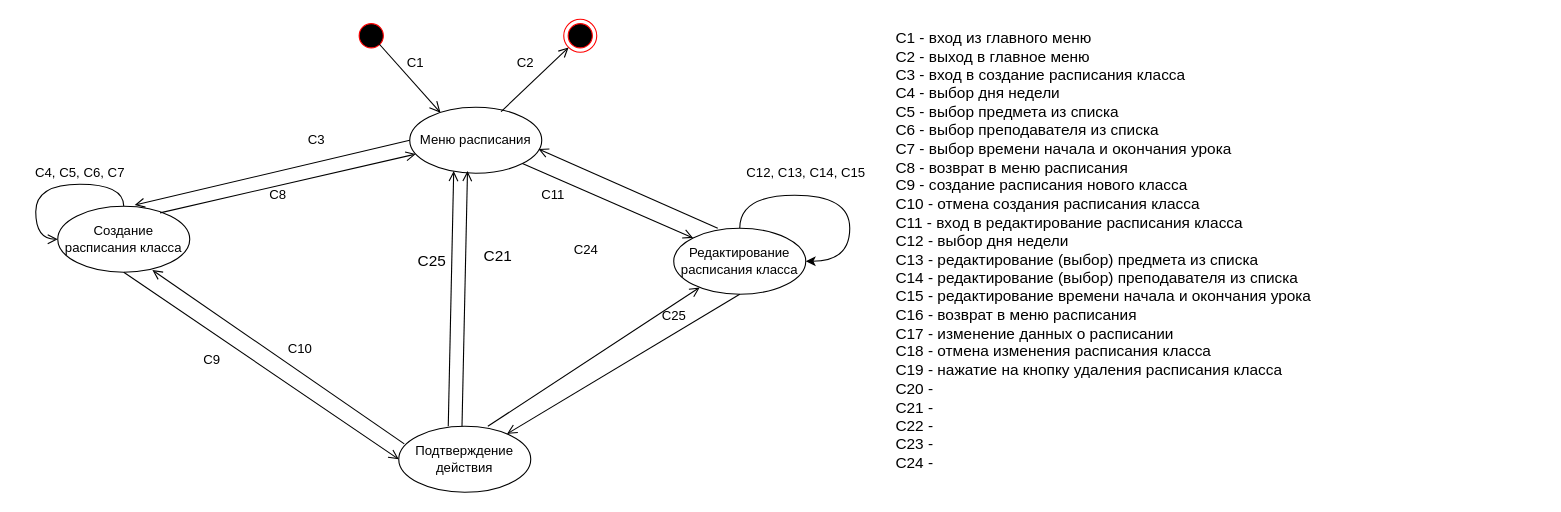
Above: граф_состояний_интерфейса.drawio in D-Black-N/TRPS (draw.io), before the change. Source tidied: cells renumbered, new cells numbered last; positions are measured from the earlier drawing's top-left corner, leaving out a move shared by most shapes. Both pictures are drawn from the tidied source at 110%, with x=0, y=0 at pixel (24, 19).
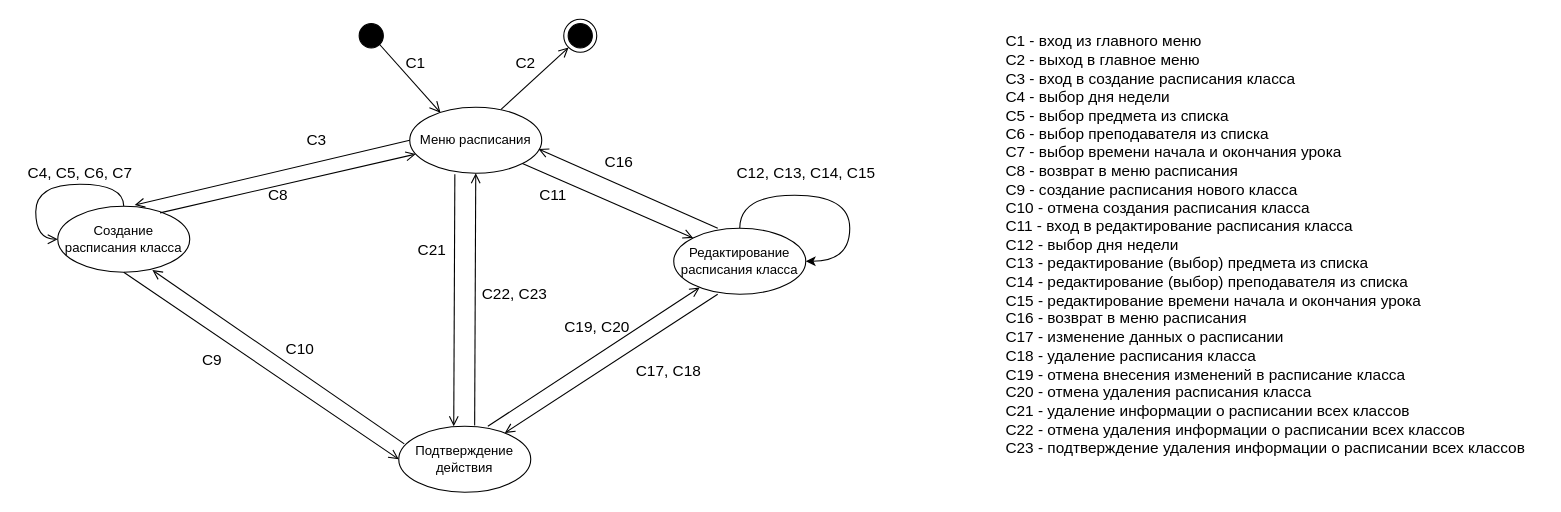
The same diagram, later.

Unchanged cells that the change refers to:
```xml
<mxCell id="5" value="Меню расписания" style="ellipse;whiteSpace=wrap;html=1;" parent="1" vertex="1">
  <mxGeometry x="350" y="80" width="120" height="60" as="geometry" />
</mxCell>
<mxCell id="12" value="Редактирование расписания класса" style="ellipse;whiteSpace=wrap;html=1;" parent="1" vertex="1">
  <mxGeometry x="590" y="190" width="120" height="60" as="geometry" />
</mxCell>
<mxCell id="20" value="Подтверждение действия" style="ellipse;whiteSpace=wrap;html=1;" parent="1" vertex="1">
  <mxGeometry x="340" y="370" width="120" height="60" as="geometry" />
</mxCell>
```

Diff of the diagram source:
```diff
@@
-    <mxCell id="2" style="ellipse;html=1;shape=startState;fillColor=#000000;strokeColor=#ff0000;" parent="1" vertex="1">
+    <mxCell id="2" style="ellipse;html=1;shape=startState;fillColor=#000000;strokeColor=#000000;" parent="1" vertex="1">
       <mxGeometry x="300" width="30" height="30" as="geometry" />
     </mxCell>
@@
-    <mxCell id="4" style="ellipse;html=1;shape=endState;fillColor=#000000;strokeColor=#ff0000;" parent="1" vertex="1">
+    <mxCell id="4" style="ellipse;html=1;shape=endState;fillColor=#000000;strokeColor=#000000;" parent="1" vertex="1">
       <mxGeometry x="490" width="30" height="30" as="geometry" />
     </mxCell>
@@
-    <mxCell id="6" style="endArrow=open;html=1;rounded=0;endFill=0;endSize=7;entryX=0;entryY=1;entryDx=0;entryDy=0;exitX=0.692;exitY=0.067;exitDx=0;exitDy=0;exitPerimeter=0;" parent="1" edge="1" source="5" target="4">
+    <mxCell id="6" style="endArrow=open;html=1;rounded=0;endFill=0;endSize=7;entryX=0;entryY=1;entryDx=0;entryDy=0;exitX=0.692;exitY=0.033;exitDx=0;exitDy=0;exitPerimeter=0;" parent="1" edge="1" source="5" target="4">
       <mxGeometry relative="1" as="geometry" />
     </mxCell>
-    <mxCell id="7" value="С1" style="text;html=1;align=center;verticalAlign=middle;strokeColor=none;fillColor=none;" parent="1" vertex="1">
+    <mxCell id="7" value="С1" style="text;html=1;align=center;verticalAlign=middle;strokeColor=none;fillColor=none;fontSize=14;" parent="1" vertex="1">
       <mxGeometry x="340" y="30" width="30" height="20" as="geometry" />
     </mxCell>
-    <mxCell id="8" value="С2" style="text;html=1;align=center;verticalAlign=middle;strokeColor=none;fillColor=none;" parent="1" vertex="1">
+    <mxCell id="8" value="С2" style="text;html=1;align=center;verticalAlign=middle;strokeColor=none;fillColor=none;fontSize=14;" parent="1" vertex="1">
       <mxGeometry x="440" y="30" width="30" height="20" as="geometry" />
     </mxCell>
@@
-    <mxCell id="14" value="С3" style="text;html=1;align=center;verticalAlign=middle;strokeColor=none;fillColor=none;" parent="1" vertex="1">
+    <mxCell id="14" value="С3" style="text;html=1;align=center;verticalAlign=middle;strokeColor=none;fillColor=none;fontSize=14;" parent="1" vertex="1">
       <mxGeometry x="250" y="100" width="30" height="20" as="geometry" />
     </mxCell>
-    <mxCell id="15" value="C4, C5, C6, C7" style="text;html=1;align=center;verticalAlign=middle;strokeColor=none;fillColor=none;" parent="1" vertex="1">
-      <mxGeometry y="130" width="100" height="20" as="geometry" />
+    <mxCell id="15" value="C4, C5, C6, C7" style="text;html=1;align=center;verticalAlign=middle;strokeColor=none;fillColor=none;fontSize=14;" parent="1" vertex="1">
+      <mxGeometry x="-5" y="130" width="110" height="20" as="geometry" />
     </mxCell>
@@
-    <mxCell id="17" value="C8" style="text;html=1;align=center;verticalAlign=middle;strokeColor=none;fillColor=none;" parent="1" vertex="1">
+    <mxCell id="17" value="C8" style="text;html=1;align=center;verticalAlign=middle;strokeColor=none;fillColor=none;fontSize=14;" parent="1" vertex="1">
       <mxGeometry x="215" y="150" width="30" height="20" as="geometry" />
     </mxCell>
@@
-    <mxCell id="23" value="C9" style="text;html=1;align=center;verticalAlign=middle;strokeColor=none;fillColor=none;" parent="1" vertex="1">
+    <mxCell id="23" value="C9" style="text;html=1;align=center;verticalAlign=middle;strokeColor=none;fillColor=none;fontSize=14;" parent="1" vertex="1">
       <mxGeometry x="155" y="300" width="30" height="20" as="geometry" />
     </mxCell>
-    <mxCell id="24" value="С10" style="text;html=1;align=center;verticalAlign=middle;strokeColor=none;fillColor=none;" parent="1" vertex="1">
+    <mxCell id="24" value="С10" style="text;html=1;align=center;verticalAlign=middle;strokeColor=none;fillColor=none;fontSize=14;" parent="1" vertex="1">
       <mxGeometry x="230" y="290" width="40" height="20" as="geometry" />
     </mxCell>
@@
-    <mxCell id="26" style="endArrow=open;html=1;rounded=0;endSize=7;endFill=0;exitX=0.5;exitY=1;exitDx=0;exitDy=0;" parent="1" edge="1" source="12" target="20">
+    <mxCell id="26" style="endArrow=open;html=1;rounded=0;endSize=7;endFill=0;exitX=0.333;exitY=1;exitDx=0;exitDy=0;exitPerimeter=0;" parent="1" edge="1" source="12" target="20">
       <mxGeometry relative="1" as="geometry" />
     </mxCell>
-    <mxCell id="27" value="C12, C13, C14, C15" style="text;html=1;align=center;verticalAlign=middle;strokeColor=none;fillColor=none;" parent="1" vertex="1">
-      <mxGeometry x="650" y="130" width="120" height="20" as="geometry" />
+    <mxCell id="27" value="С12, C13, C14, C15" style="text;html=1;align=center;verticalAlign=middle;strokeColor=none;fillColor=none;fontSize=14;" parent="1" vertex="1">
+      <mxGeometry x="640" y="130" width="140" height="20" as="geometry" />
     </mxCell>
-    <mxCell id="28" value="С11" style="text;html=1;align=center;verticalAlign=middle;strokeColor=none;fillColor=none;" parent="1" vertex="1">
+    <mxCell id="28" value="С11" style="text;html=1;align=center;verticalAlign=middle;strokeColor=none;fillColor=none;fontSize=14;" parent="1" vertex="1">
       <mxGeometry x="460" y="150" width="40" height="20" as="geometry" />
     </mxCell>
-    <mxCell id="29" value="С24" style="text;html=1;align=center;verticalAlign=middle;strokeColor=none;fillColor=none;" parent="1" vertex="1">
-      <mxGeometry x="490" y="200" width="40" height="20" as="geometry" />
-    </mxCell>
-    <mxCell id="30" value="С25" style="text;html=1;align=center;verticalAlign=middle;strokeColor=none;fillColor=none;" parent="1" vertex="1">
-      <mxGeometry x="570" y="260" width="40" height="20" as="geometry" />
-    </mxCell>
-    <mxCell id="31" value="C1 - вход из главного меню&lt;br&gt;C2 - выход в главное меню&lt;br&gt;C3 - вход в создание расписания класса&lt;br&gt;C4 - выбор дня недели&lt;br&gt;C5 - выбор предмета из списка&lt;br&gt;C6 - выбор преподавателя из списка&lt;br&gt;C7 - выбор времени начала и окончания урока&lt;br&gt;C8 - возврат в меню расписания&lt;br&gt;C9 - создание расписания нового класса&lt;br&gt;C10 - отмена создания расписания класса&amp;nbsp;&lt;br&gt;C11 - вход в редактирование расписания класса&lt;br&gt;C12 - выбор дня недели&lt;br&gt;C13 - редактирование (выбор) предмета из списка&lt;br&gt;C14 - редактирование (выбор) преподавателя из списка&lt;br&gt;C15 - редактирование времени начала и окончания урока&lt;br&gt;C16 - возврат в меню расписания&lt;br&gt;C17 - изменение данных о расписании&lt;br&gt;C18 - отмена изменения расписания класса&lt;br&gt;C19 - нажатие на кнопку удаления расписания класса&lt;br&gt;C20 -&amp;nbsp;&lt;br&gt;C21 -&amp;nbsp;&lt;br&gt;C22 -&amp;nbsp;&lt;br&gt;C23 -&amp;nbsp;&lt;br&gt;C24 -&amp;nbsp;" style="text;html=1;align=left;verticalAlign=middle;strokeColor=none;fillColor=none;fontSize=14;" parent="1" vertex="1">
-      <mxGeometry x="790" y="5" width="390" height="410" as="geometry" />
+    <mxCell id="31" value="C1 - вход из главного меню&lt;br&gt;C2 - выход в главное меню&lt;br&gt;C3 - вход в создание расписания класса&lt;br&gt;C4 - выбор дня недели&lt;br&gt;C5 - выбор предмета из списка&lt;br&gt;C6 - выбор преподавателя из списка&lt;br&gt;C7 - выбор времени начала и окончания урока&lt;br&gt;C8 - возврат в меню расписания&lt;br&gt;C9 - создание расписания нового класса&lt;br&gt;C10 - отмена создания расписания класса&amp;nbsp;&lt;br&gt;C11 - вход в редактирование расписания класса&lt;br&gt;C12 - выбор дня недели&lt;br&gt;C13 - редактирование (выбор) предмета из списка&lt;br&gt;C14 - редактирование (выбор) преподавателя из списка&lt;br&gt;C15 - редактирование времени начала и окончания урока&lt;br&gt;C16 - возврат в меню расписания&lt;br&gt;C17 - изменение данных о расписании&lt;br&gt;C18 - удаление расписания класса&lt;br&gt;C19 - отмена внесения изменений в расписание класса&lt;br&gt;C20 - отмена удаления расписания класса&lt;br&gt;C21 - удаление информации о расписании всех классов&lt;br&gt;C22 - отмена удаления информации о расписании всех классов&lt;br&gt;C23 - подтверждение удаления информации о расписании всех классов" style="text;html=1;align=left;verticalAlign=middle;strokeColor=none;fillColor=none;fontSize=14;" parent="1" vertex="1">
+      <mxGeometry x="890" y="5" width="490" height="400" as="geometry" />
     </mxCell>
-    <mxCell id="32" style="endArrow=open;html=1;rounded=0;endSize=7;endFill=0;entryX=0.333;entryY=0.967;entryDx=0;entryDy=0;exitX=0.375;exitY=0;exitDx=0;exitDy=0;entryPerimeter=0;exitPerimeter=0;" parent="1" edge="1" source="20" target="5">
+    <mxCell id="32" style="endArrow=open;html=1;rounded=0;endSize=7;endFill=0;entryX=0.5;entryY=1;entryDx=0;entryDy=0;exitX=0.575;exitY=-0.013;exitDx=0;exitDy=0;exitPerimeter=0;" parent="1" edge="1" source="20" target="5">
       <mxGeometry relative="1" as="geometry" />
     </mxCell>
-    <mxCell id="33" value="С25" style="text;html=1;align=center;verticalAlign=middle;strokeColor=none;fillColor=none;fontSize=14;" parent="1" vertex="1">
-      <mxGeometry x="350" y="210" width="40" height="20" as="geometry" />
-    </mxCell>
-    <mxCell id="34" style="endArrow=open;html=1;rounded=0;endSize=7;endFill=0;entryX=0.333;entryY=0.967;entryDx=0;entryDy=0;exitX=0.375;exitY=0;exitDx=0;exitDy=0;entryPerimeter=0;exitPerimeter=0;" parent="1" edge="1">
-      <mxGeometry relative="1" as="geometry">
-        <mxPoint x="397.5" y="370" as="sourcePoint" />
-        <mxPoint x="402.5" y="138" as="targetPoint" />
-      </mxGeometry>
-    </mxCell>
+    <mxCell id="36" value="C16" style="text;html=1;align=center;verticalAlign=middle;strokeColor=none;fillColor=none;fontSize=14;" parent="1" vertex="1">
+      <mxGeometry x="520" y="120" width="40" height="20" as="geometry" />
+    </mxCell>
+    <mxCell id="37" value="C17, C18" style="text;html=1;align=center;verticalAlign=middle;strokeColor=none;fillColor=none;fontSize=14;" parent="1" vertex="1">
+      <mxGeometry x="550" y="310" width="70" height="20" as="geometry" />
+    </mxCell>
+    <mxCell id="38" value="C19, С20" style="text;html=1;align=center;verticalAlign=middle;strokeColor=none;fillColor=none;fontSize=14;" parent="1" vertex="1">
+      <mxGeometry x="485" y="270" width="70" height="20" as="geometry" />
+    </mxCell>
+    <mxCell id="39" style="endArrow=open;html=1;rounded=0;endSize=7;endFill=0;entryX=0.5;entryY=1;entryDx=0;entryDy=0;exitX=0.575;exitY=-0.013;exitDx=0;exitDy=0;exitPerimeter=0;" parent="1" edge="1">
+      <mxGeometry relative="1" as="geometry">
+        <mxPoint x="391" y="140.8" as="sourcePoint" />
+        <mxPoint x="390" y="370" as="targetPoint" />
+      </mxGeometry>
+    </mxCell>
     <mxCell id="35" value="С21" style="text;html=1;align=center;verticalAlign=middle;strokeColor=none;fillColor=none;fontSize=14;" parent="1" vertex="1">
-      <mxGeometry x="410" y="205" width="40" height="20" as="geometry" />
+      <mxGeometry x="350" y="200" width="40" height="20" as="geometry" />
     </mxCell>
+    <mxCell id="40" value="С22, С23" style="text;html=1;align=center;verticalAlign=middle;strokeColor=none;fillColor=none;fontSize=14;" parent="1" vertex="1">
+      <mxGeometry x="410" y="240" width="70" height="20" as="geometry" />
+    </mxCell>
```
